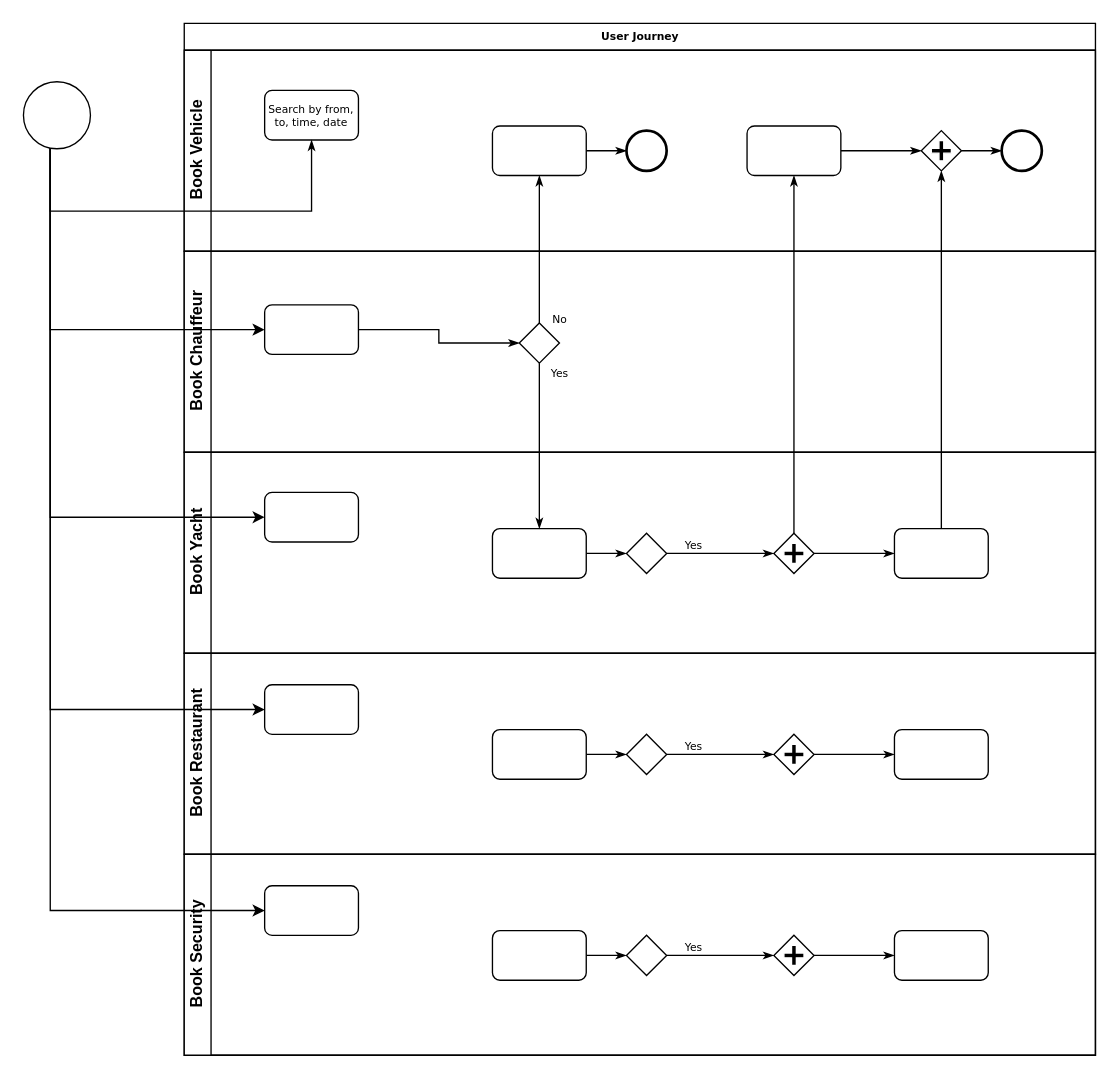
The draw.io diagram Untitled Diagram.drawio in tug49083/test, before the edit. Source tidied: cells renumbered, new cells numbered last; positions are measured from the earlier drawing's top-left corner, leaving out a move shared by most shapes. Both pictures are drawn from the tidied source at 134%, with x=0, y=0 at pixel (23, 23).
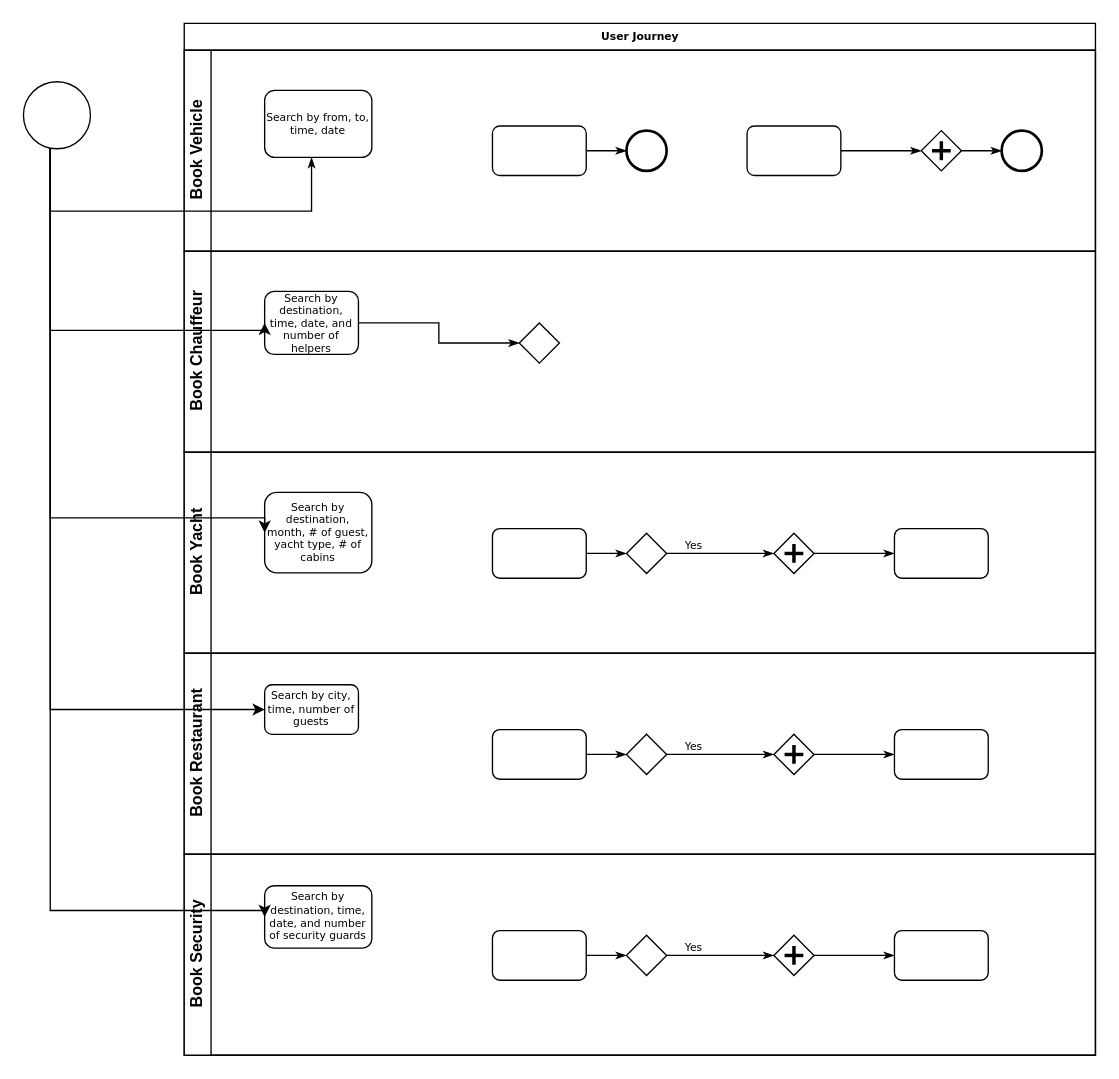
After the change.

The change refers to these unchanged cells:
```xml
<mxCell id="2" value="User Journey" style="swimlane;html=1;horizontal=1;startSize=20;rounded=0;shadow=0;labelBackgroundColor=none;strokeWidth=1;fontFamily=Verdana;fontSize=8;align=center;" parent="1" vertex="1">
  <mxGeometry x="120" width="680" height="770" as="geometry" />
</mxCell>
<mxCell id="3" value="Book Vehicle" style="swimlane;html=1;startSize=20;horizontal=0;" parent="2" vertex="1">
  <mxGeometry y="20" width="680" height="150" as="geometry" />
</mxCell>
<mxCell id="6" style="rounded=1;whiteSpace=wrap;html=1;shadow=0;labelBackgroundColor=none;strokeWidth=1;fontFamily=Verdana;fontSize=8;align=center;" parent="3" vertex="1">
  <mxGeometry x="230" y="56.5" width="70" height="37" as="geometry" />
</mxCell>
<mxCell id="9" style="rounded=1;whiteSpace=wrap;html=1;shadow=0;labelBackgroundColor=none;strokeWidth=1;fontFamily=Verdana;fontSize=8;align=center;" parent="3" vertex="1">
  <mxGeometry x="420" y="56.5" width="70" height="37" as="geometry" />
</mxCell>
<mxCell id="11" style="shape=mxgraph.bpmn.shape;html=1;verticalLabelPosition=bottom;labelBackgroundColor=#ffffff;verticalAlign=top;perimeter=rhombusPerimeter;background=gateway;outline=none;symbol=parallelGw;rounded=1;shadow=0;strokeWidth=1;fontFamily=Verdana;fontSize=8;align=center;" parent="3" vertex="1">
  <mxGeometry x="550" y="60" width="30" height="30" as="geometry" />
</mxCell>
<mxCell id="13" value="Book Chauffeur" style="swimlane;html=1;startSize=20;horizontal=0;" parent="2" vertex="1">
  <mxGeometry y="170" width="680" height="150" as="geometry" />
</mxCell>
<mxCell id="16" style="strokeWidth=1;html=1;shape=mxgraph.flowchart.decision;whiteSpace=wrap;rounded=1;shadow=0;labelBackgroundColor=none;fontFamily=Verdana;fontSize=8;align=center;" parent="13" vertex="1">
  <mxGeometry x="250" y="53.5" width="30" height="30" as="geometry" />
</mxCell>
<mxCell id="17" value="Book Yacht" style="swimlane;html=1;startSize=20;horizontal=0;" parent="2" vertex="1">
  <mxGeometry y="320" width="680" height="150" as="geometry" />
</mxCell>
<mxCell id="19" style="rounded=1;whiteSpace=wrap;html=1;shadow=0;labelBackgroundColor=none;strokeWidth=1;fontFamily=Verdana;fontSize=8;align=center;" parent="17" vertex="1">
  <mxGeometry x="230" y="57" width="70" height="37" as="geometry" />
</mxCell>
<mxCell id="23" style="shape=mxgraph.bpmn.shape;html=1;verticalLabelPosition=bottom;labelBackgroundColor=#ffffff;verticalAlign=top;perimeter=rhombusPerimeter;background=gateway;outline=none;symbol=parallelGw;rounded=1;shadow=0;strokeWidth=1;fontFamily=Verdana;fontSize=8;align=center;" parent="17" vertex="1">
  <mxGeometry x="440" y="60.5" width="30" height="30" as="geometry" />
</mxCell>
<mxCell id="24" style="rounded=1;whiteSpace=wrap;html=1;shadow=0;labelBackgroundColor=none;strokeWidth=1;fontFamily=Verdana;fontSize=8;align=center;" parent="17" vertex="1">
  <mxGeometry x="530" y="57" width="70" height="37" as="geometry" />
</mxCell>
<mxCell id="26" value="Book Restaurant" style="swimlane;html=1;startSize=20;horizontal=0;" parent="2" vertex="1">
  <mxGeometry y="470" width="680" height="150" as="geometry" />
</mxCell>
<mxCell id="35" value="Book Security" style="swimlane;html=1;startSize=20;horizontal=0;" parent="2" vertex="1">
  <mxGeometry y="620" width="680" height="150" as="geometry" />
</mxCell>
```

Diff of the diagram source:
```diff
@@
     <mxCell id="4" value="Search by from, to, time, date" style="rounded=1;whiteSpace=wrap;html=1;shadow=0;labelBackgroundColor=none;strokeWidth=1;fontFamily=Verdana;fontSize=8;align=center;" parent="3" vertex="1">
-      <mxGeometry x="60" y="30" width="70" height="37" as="geometry" />
+      <mxGeometry x="60" y="30" width="80" height="50" as="geometry" />
     </mxCell>
@@
-    <mxCell id="15" style="rounded=1;whiteSpace=wrap;html=1;shadow=0;labelBackgroundColor=none;strokeWidth=1;fontFamily=Verdana;fontSize=8;align=center;" parent="13" vertex="1">
-      <mxGeometry x="60" y="40" width="70" height="37" as="geometry" />
+    <mxCell id="15" value="Search by destination, time, date, and number of helpers" style="rounded=1;whiteSpace=wrap;html=1;shadow=0;labelBackgroundColor=none;strokeWidth=1;fontFamily=Verdana;fontSize=8;align=center;" parent="13" vertex="1">
+      <mxGeometry x="60" y="30" width="70" height="47" as="geometry" />
     </mxCell>
@@
-    <mxCell id="25" style="rounded=1;whiteSpace=wrap;html=1;shadow=0;labelBackgroundColor=none;strokeWidth=1;fontFamily=Verdana;fontSize=8;align=center;" parent="17" vertex="1">
-      <mxGeometry x="60" y="30" width="70" height="37" as="geometry" />
+    <mxCell id="25" value="Search by destination, month, # of guest, yacht type, # of cabins" style="rounded=1;whiteSpace=wrap;html=1;shadow=0;labelBackgroundColor=none;strokeWidth=1;fontFamily=Verdana;fontSize=8;align=center;" parent="17" vertex="1">
+      <mxGeometry x="60" y="30" width="80" height="60" as="geometry" />
     </mxCell>
@@
-    <mxCell id="34" style="rounded=1;whiteSpace=wrap;html=1;shadow=0;labelBackgroundColor=none;strokeWidth=1;fontFamily=Verdana;fontSize=8;align=center;" parent="26" vertex="1">
+    <mxCell id="34" value="Search by city, time, number of guests" style="rounded=1;whiteSpace=wrap;html=1;shadow=0;labelBackgroundColor=none;strokeWidth=1;fontFamily=Verdana;fontSize=8;align=center;" parent="26" vertex="1">
       <mxGeometry x="60" y="23.5" width="70" height="37" as="geometry" />
     </mxCell>
@@
-    <mxCell id="43" style="rounded=1;whiteSpace=wrap;html=1;shadow=0;labelBackgroundColor=none;strokeWidth=1;fontFamily=Verdana;fontSize=8;align=center;" parent="35" vertex="1">
-      <mxGeometry x="60" y="23.5" width="70" height="37" as="geometry" />
+    <mxCell id="43" value="Search by destination, time, date, and number of security guards" style="rounded=1;whiteSpace=wrap;html=1;shadow=0;labelBackgroundColor=none;strokeWidth=1;fontFamily=Verdana;fontSize=8;align=center;" parent="35" vertex="1">
+      <mxGeometry x="60" y="23.5" width="80" height="46.5" as="geometry" />
     </mxCell>
-    <mxCell id="44" value="No" style="edgeStyle=orthogonalEdgeStyle;rounded=0;html=1;labelBackgroundColor=none;startArrow=none;startFill=0;startSize=5;endArrow=classicThin;endFill=1;endSize=5;jettySize=auto;strokeWidth=1;fontFamily=Verdana;fontSize=8;" parent="2" edge="1" source="16" target="6">
-      <mxGeometry x="-0.94" y="-15" relative="1" as="geometry" />
-    </mxCell>
-    <mxCell id="45" value="Yes" style="edgeStyle=orthogonalEdgeStyle;rounded=0;html=1;labelBackgroundColor=none;startArrow=none;startFill=0;startSize=5;endArrow=classicThin;endFill=1;endSize=5;jettySize=auto;strokeWidth=1;fontFamily=Verdana;fontSize=8;" parent="2" edge="1" source="16" target="19">
-      <mxGeometry x="-0.89" y="15" relative="1" as="geometry" />
-    </mxCell>
-    <mxCell id="46" style="edgeStyle=orthogonalEdgeStyle;rounded=0;html=1;entryX=0.5;entryY=1;labelBackgroundColor=none;startArrow=none;startFill=0;startSize=5;endArrow=classicThin;endFill=1;endSize=5;jettySize=auto;strokeWidth=1;fontFamily=Verdana;fontSize=8;" parent="2" edge="1" source="24" target="11">
-      <mxGeometry relative="1" as="geometry" />
-    </mxCell>
-    <mxCell id="47" style="edgeStyle=orthogonalEdgeStyle;rounded=0;html=1;labelBackgroundColor=none;startArrow=none;startFill=0;startSize=5;endArrow=classicThin;endFill=1;endSize=5;jettySize=auto;strokeWidth=1;fontFamily=Verdana;fontSize=8;" parent="2" edge="1" source="23" target="9">
-      <mxGeometry relative="1" as="geometry" />
-    </mxCell>
```
